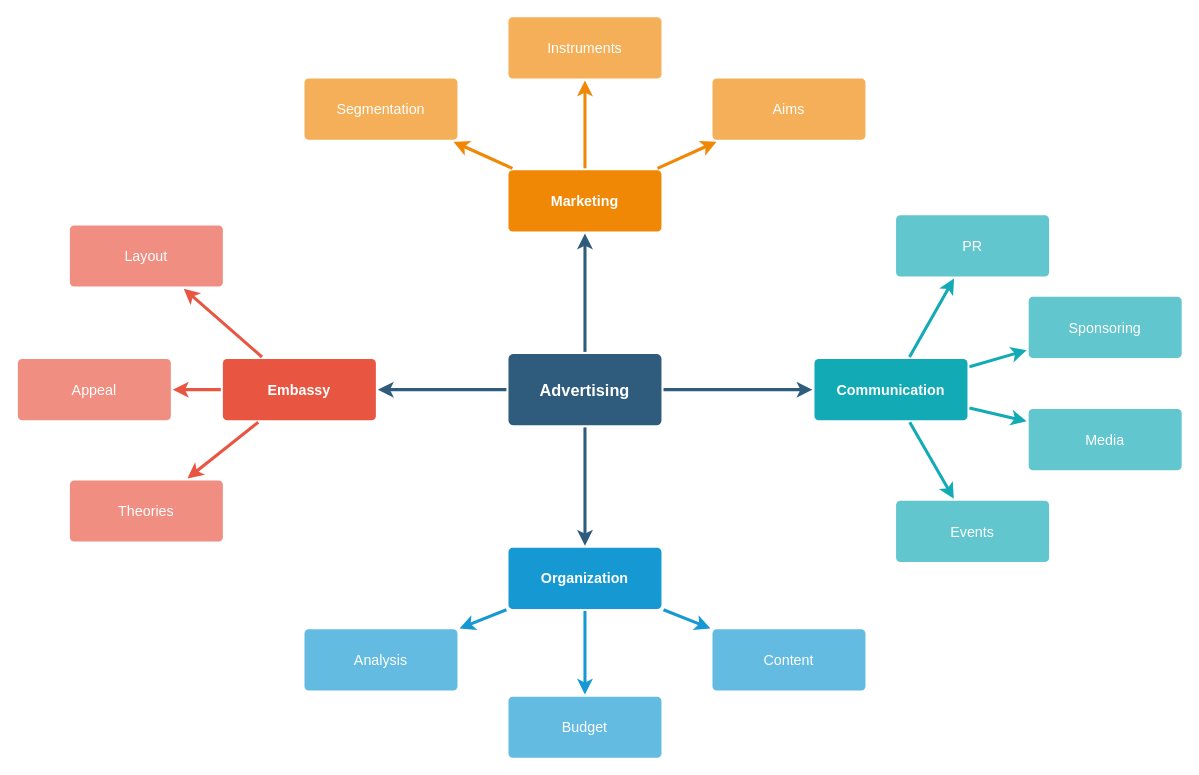
The draw.io diagram .github/workflows/Untitled Diagram.drawio in louzhixin/bootstrap, before the edit. Source tidied: cells renumbered, new cells numbered last; positions are measured from the earlier drawing's top-left corner, leaving out a move shared by most shapes. Both pictures are drawn from the tidied source at 102%, with x=0, y=0 at pixel (17, 16).
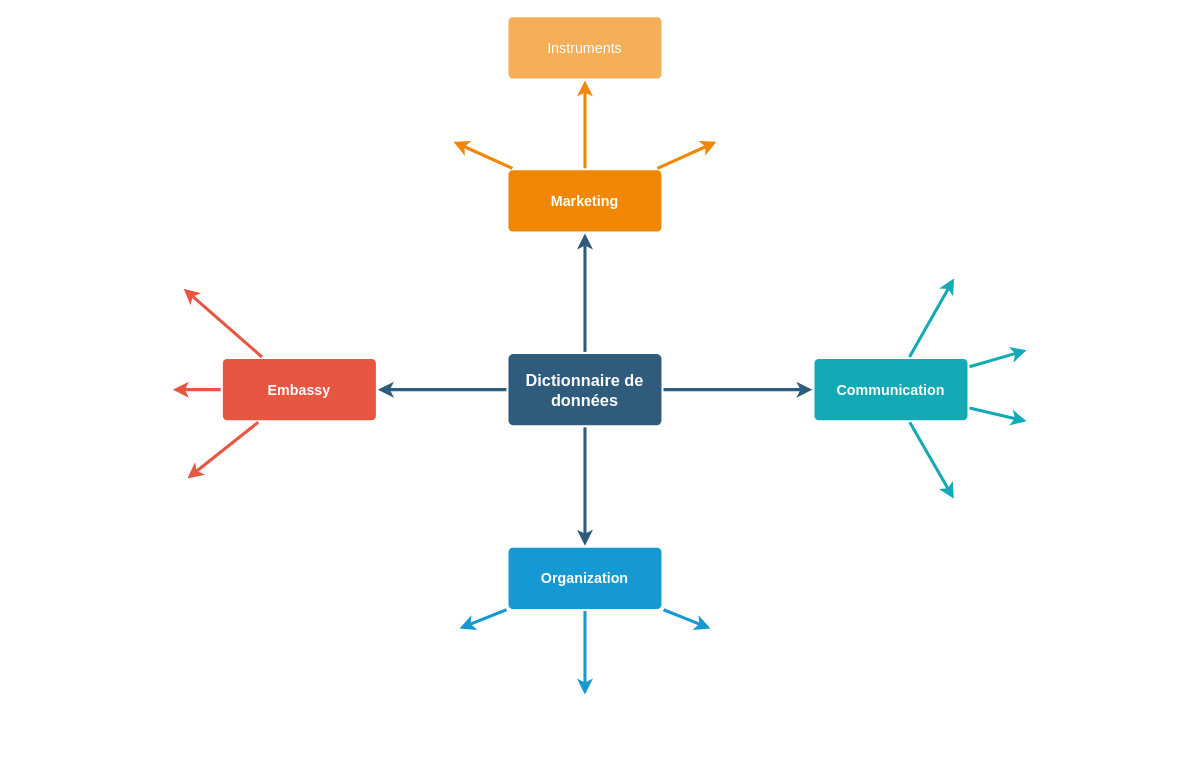
The same page after the edit.

The change refers to these unchanged cells:
```xml
<mxCell id="10" value="Embassy" style="rounded=1;whiteSpace=wrap;html=1;shadow=0;labelBackgroundColor=none;strokeColor=none;strokeWidth=3;fillColor=#e85642;fontFamily=Helvetica;fontSize=14;fontColor=#FFFFFF;align=center;spacing=5;fontStyle=1;arcSize=7;perimeterSpacing=2;" parent="1" vertex="1">
  <mxGeometry x="201" y="335.5" width="150" height="60" as="geometry" />
</mxCell>
<mxCell id="17" value="Organization" style="rounded=1;whiteSpace=wrap;html=1;shadow=0;labelBackgroundColor=none;strokeColor=none;strokeWidth=3;fillColor=#1699d3;fontFamily=Helvetica;fontSize=14;fontColor=#FFFFFF;align=center;spacing=5;fontStyle=1;arcSize=7;perimeterSpacing=2;" parent="1" vertex="1">
  <mxGeometry x="481" y="520.5" width="150" height="60" as="geometry" />
</mxCell>
<mxCell id="21" value="Marketing" style="rounded=1;whiteSpace=wrap;html=1;shadow=0;labelBackgroundColor=none;strokeColor=none;strokeWidth=3;fillColor=#F08705;fontFamily=Helvetica;fontSize=14;fontColor=#FFFFFF;align=center;spacing=5;fontStyle=1;arcSize=7;perimeterSpacing=2;" parent="1" vertex="1">
  <mxGeometry x="481" y="150.5" width="150" height="60" as="geometry" />
</mxCell>
<mxCell id="28" value="Communication" style="rounded=1;whiteSpace=wrap;html=1;shadow=0;labelBackgroundColor=none;strokeColor=none;strokeWidth=3;fillColor=#12aab5;fontFamily=Helvetica;fontSize=14;fontColor=#FFFFFF;align=center;spacing=5;fontStyle=1;arcSize=7;perimeterSpacing=2;" parent="1" vertex="1">
  <mxGeometry x="781" y="335.5" width="150" height="60" as="geometry" />
</mxCell>
```

The edit, as a diff of the source:
```diff
@@
-    <mxCell id="6" value="Advertising" style="rounded=1;whiteSpace=wrap;html=1;shadow=0;labelBackgroundColor=none;strokeColor=none;strokeWidth=3;fillColor=#2F5B7C;fontFamily=Helvetica;fontSize=16;fontColor=#FFFFFF;align=center;fontStyle=1;spacing=5;arcSize=7;perimeterSpacing=2;" parent="1" vertex="1">
+    <mxCell id="6" value="Dictionnaire de données" style="rounded=1;whiteSpace=wrap;html=1;shadow=0;labelBackgroundColor=none;strokeColor=none;strokeWidth=3;fillColor=#2F5B7C;fontFamily=Helvetica;fontSize=16;fontColor=#FFFFFF;align=center;fontStyle=1;spacing=5;arcSize=7;perimeterSpacing=2;" parent="1" vertex="1">
       <mxGeometry x="481" y="330.5" width="150" height="70" as="geometry" />
     </mxCell>
-    <mxCell id="7" style="edgeStyle=none;rounded=1;jumpStyle=none;html=1;shadow=0;labelBackgroundColor=none;startArrow=none;startFill=0;jettySize=auto;strokeColor=#E85642;strokeWidth=3;fontFamily=Helvetica;fontSize=14;fontColor=#FFFFFF;spacing=5;fontStyle=1;fillColor=#b0e3e6;" parent="1" edge="1" source="10" target="13">
-      <mxGeometry relative="1" as="geometry" />
+    <mxCell id="7" style="edgeStyle=none;rounded=1;jumpStyle=none;html=1;shadow=0;labelBackgroundColor=none;startArrow=none;startFill=0;jettySize=auto;strokeColor=#E85642;strokeWidth=3;fontFamily=Helvetica;fontSize=14;fontColor=#FFFFFF;spacing=5;fontStyle=1;fillColor=#b0e3e6;" parent="1" edge="1" source="10">
+      <mxGeometry relative="1" as="geometry">
+        <mxPoint x="162.6" y="266.5" as="targetPoint" />
+      </mxGeometry>
     </mxCell>
-    <mxCell id="8" style="edgeStyle=none;rounded=1;jumpStyle=none;html=1;shadow=0;labelBackgroundColor=none;startArrow=none;startFill=0;jettySize=auto;strokeColor=#E85642;strokeWidth=3;fontFamily=Helvetica;fontSize=14;fontColor=#FFFFFF;spacing=5;fontStyle=1;fillColor=#b0e3e6;" parent="1" edge="1" source="10" target="12">
-      <mxGeometry relative="1" as="geometry" />
+    <mxCell id="8" style="edgeStyle=none;rounded=1;jumpStyle=none;html=1;shadow=0;labelBackgroundColor=none;startArrow=none;startFill=0;jettySize=auto;strokeColor=#E85642;strokeWidth=3;fontFamily=Helvetica;fontSize=14;fontColor=#FFFFFF;spacing=5;fontStyle=1;fillColor=#b0e3e6;" parent="1" edge="1" source="10">
+      <mxGeometry relative="1" as="geometry">
+        <mxPoint x="152" y="365.5" as="targetPoint" />
+      </mxGeometry>
     </mxCell>
-    <mxCell id="9" style="edgeStyle=none;rounded=1;jumpStyle=none;html=1;shadow=0;labelBackgroundColor=none;startArrow=none;startFill=0;jettySize=auto;strokeColor=#E85642;strokeWidth=3;fontFamily=Helvetica;fontSize=14;fontColor=#FFFFFF;spacing=5;fontStyle=1;fillColor=#b0e3e6;" parent="1" edge="1" source="10" target="11">
-      <mxGeometry relative="1" as="geometry" />
+    <mxCell id="9" style="edgeStyle=none;rounded=1;jumpStyle=none;html=1;shadow=0;labelBackgroundColor=none;startArrow=none;startFill=0;jettySize=auto;strokeColor=#E85642;strokeWidth=3;fontFamily=Helvetica;fontSize=14;fontColor=#FFFFFF;spacing=5;fontStyle=1;fillColor=#b0e3e6;" parent="1" edge="1" source="10">
+      <mxGeometry relative="1" as="geometry">
+        <mxPoint x="166.3" y="452.5" as="targetPoint" />
+      </mxGeometry>
     </mxCell>
@@
-    <mxCell id="11" value="Theories" style="rounded=1;whiteSpace=wrap;html=1;shadow=0;labelBackgroundColor=none;strokeColor=none;strokeWidth=3;fillColor=#f08e81;fontFamily=Helvetica;fontSize=14;fontColor=#FFFFFF;align=center;spacing=5;fontStyle=0;arcSize=7;perimeterSpacing=2;" parent="1" vertex="1">
-      <mxGeometry x="51" y="454.5" width="150" height="60" as="geometry" />
-    </mxCell>
-    <mxCell id="12" value="Appeal" style="rounded=1;whiteSpace=wrap;html=1;shadow=0;labelBackgroundColor=none;strokeColor=none;strokeWidth=3;fillColor=#f08e81;fontFamily=Helvetica;fontSize=14;fontColor=#FFFFFF;align=center;spacing=5;fontStyle=0;arcSize=7;perimeterSpacing=2;" parent="1" vertex="1">
-      <mxGeometry y="335.5" width="150" height="60" as="geometry" />
-    </mxCell>
-    <mxCell id="13" value="Layout" style="rounded=1;whiteSpace=wrap;html=1;shadow=0;labelBackgroundColor=none;strokeColor=none;strokeWidth=3;fillColor=#f08e81;fontFamily=Helvetica;fontSize=14;fontColor=#FFFFFF;align=center;spacing=5;fontStyle=0;arcSize=7;perimeterSpacing=2;" parent="1" vertex="1">
-      <mxGeometry x="51" y="204.5" width="150" height="60" as="geometry" />
-    </mxCell>
-    <mxCell id="14" style="edgeStyle=none;rounded=0;jumpStyle=none;html=1;shadow=0;labelBackgroundColor=none;startArrow=none;startFill=0;endArrow=classic;endFill=1;jettySize=auto;strokeColor=#1699D3;strokeWidth=3;fontFamily=Helvetica;fontSize=14;fontColor=#FFFFFF;spacing=5;" parent="1" edge="1" source="17" target="20">
-      <mxGeometry relative="1" as="geometry" />
+    <mxCell id="14" style="edgeStyle=none;rounded=0;jumpStyle=none;html=1;shadow=0;labelBackgroundColor=none;startArrow=none;startFill=0;endArrow=classic;endFill=1;jettySize=auto;strokeColor=#1699D3;strokeWidth=3;fontFamily=Helvetica;fontSize=14;fontColor=#FFFFFF;spacing=5;" parent="1" edge="1" source="17">
+      <mxGeometry relative="1" as="geometry">
+        <mxPoint x="433" y="599.7" as="targetPoint" />
+      </mxGeometry>
     </mxCell>
-    <mxCell id="15" style="edgeStyle=none;rounded=0;jumpStyle=none;html=1;shadow=0;labelBackgroundColor=none;startArrow=none;startFill=0;endArrow=classic;endFill=1;jettySize=auto;strokeColor=#1699D3;strokeWidth=3;fontFamily=Helvetica;fontSize=14;fontColor=#FFFFFF;spacing=5;" parent="1" edge="1" source="17" target="19">
-      <mxGeometry relative="1" as="geometry" />
+    <mxCell id="15" style="edgeStyle=none;rounded=0;jumpStyle=none;html=1;shadow=0;labelBackgroundColor=none;startArrow=none;startFill=0;endArrow=classic;endFill=1;jettySize=auto;strokeColor=#1699D3;strokeWidth=3;fontFamily=Helvetica;fontSize=14;fontColor=#FFFFFF;spacing=5;" parent="1" edge="1" source="17">
+      <mxGeometry relative="1" as="geometry">
+        <mxPoint x="556" y="664.5" as="targetPoint" />
+      </mxGeometry>
     </mxCell>
-    <mxCell id="16" style="edgeStyle=none;rounded=0;jumpStyle=none;html=1;shadow=0;labelBackgroundColor=none;startArrow=none;startFill=0;endArrow=classic;endFill=1;jettySize=auto;strokeColor=#1699D3;strokeWidth=3;fontFamily=Helvetica;fontSize=14;fontColor=#FFFFFF;spacing=5;" parent="1" edge="1" source="17" target="18">
-      <mxGeometry relative="1" as="geometry" />
+    <mxCell id="16" style="edgeStyle=none;rounded=0;jumpStyle=none;html=1;shadow=0;labelBackgroundColor=none;startArrow=none;startFill=0;endArrow=classic;endFill=1;jettySize=auto;strokeColor=#1699D3;strokeWidth=3;fontFamily=Helvetica;fontSize=14;fontColor=#FFFFFF;spacing=5;" parent="1" edge="1" source="17">
+      <mxGeometry relative="1" as="geometry">
+        <mxPoint x="679" y="599.7" as="targetPoint" />
+      </mxGeometry>
     </mxCell>
@@
-    <mxCell id="18" value="Content" style="rounded=1;whiteSpace=wrap;html=1;shadow=0;labelBackgroundColor=none;strokeColor=none;strokeWidth=3;fillColor=#64bbe2;fontFamily=Helvetica;fontSize=14;fontColor=#FFFFFF;align=center;spacing=5;arcSize=7;perimeterSpacing=2;" parent="1" vertex="1">
-      <mxGeometry x="681" y="600.5" width="150" height="60" as="geometry" />
-    </mxCell>
-    <mxCell id="19" value="Budget" style="rounded=1;whiteSpace=wrap;html=1;shadow=0;labelBackgroundColor=none;strokeColor=none;strokeWidth=3;fillColor=#64bbe2;fontFamily=Helvetica;fontSize=14;fontColor=#FFFFFF;align=center;spacing=5;arcSize=7;perimeterSpacing=2;" parent="1" vertex="1">
-      <mxGeometry x="481" y="666.5" width="150" height="60" as="geometry" />
-    </mxCell>
-    <mxCell id="20" value="Analysis" style="rounded=1;whiteSpace=wrap;html=1;shadow=0;labelBackgroundColor=none;strokeColor=none;strokeWidth=3;fillColor=#64bbe2;fontFamily=Helvetica;fontSize=14;fontColor=#FFFFFF;align=center;spacing=5;arcSize=7;perimeterSpacing=2;" parent="1" vertex="1">
-      <mxGeometry x="281" y="600.5" width="150" height="60" as="geometry" />
-    </mxCell>
@@
-    <mxCell id="22" value="Aims&lt;br&gt;" style="rounded=1;whiteSpace=wrap;html=1;shadow=0;labelBackgroundColor=none;strokeColor=none;strokeWidth=3;fillColor=#f5af58;fontFamily=Helvetica;fontSize=14;fontColor=#FFFFFF;align=center;spacing=5;arcSize=7;perimeterSpacing=2;" parent="1" vertex="1">
-      <mxGeometry x="681" y="60.5" width="150" height="60" as="geometry" />
-    </mxCell>
-    <mxCell id="23" style="edgeStyle=none;rounded=0;jumpStyle=none;html=1;shadow=0;labelBackgroundColor=none;startArrow=none;startFill=0;endArrow=classic;endFill=1;jettySize=auto;strokeColor=#F08705;strokeWidth=3;fontFamily=Helvetica;fontSize=14;fontColor=#FFFFFF;spacing=5;" parent="1" edge="1" source="21" target="22">
-      <mxGeometry relative="1" as="geometry" />
+    <mxCell id="23" style="edgeStyle=none;rounded=0;jumpStyle=none;html=1;shadow=0;labelBackgroundColor=none;startArrow=none;startFill=0;endArrow=classic;endFill=1;jettySize=auto;strokeColor=#F08705;strokeWidth=3;fontFamily=Helvetica;fontSize=14;fontColor=#FFFFFF;spacing=5;" parent="1" edge="1" source="21">
+      <mxGeometry relative="1" as="geometry">
+        <mxPoint x="684.9" y="122.5" as="targetPoint" />
+      </mxGeometry>
     </mxCell>
@@
-    <mxCell id="26" value="Segmentation" style="rounded=1;whiteSpace=wrap;html=1;shadow=0;labelBackgroundColor=none;strokeColor=none;strokeWidth=3;fillColor=#f5af58;fontFamily=Helvetica;fontSize=14;fontColor=#FFFFFF;align=center;spacing=5;arcSize=7;perimeterSpacing=2;" parent="1" vertex="1">
-      <mxGeometry x="281" y="60.5" width="150" height="60" as="geometry" />
-    </mxCell>
-    <mxCell id="27" style="edgeStyle=none;rounded=0;jumpStyle=none;html=1;shadow=0;labelBackgroundColor=none;startArrow=none;startFill=0;endArrow=classic;endFill=1;jettySize=auto;strokeColor=#F08705;strokeWidth=3;fontFamily=Helvetica;fontSize=14;fontColor=#FFFFFF;spacing=5;" parent="1" edge="1" source="21" target="26">
-      <mxGeometry relative="1" as="geometry" />
+    <mxCell id="27" style="edgeStyle=none;rounded=0;jumpStyle=none;html=1;shadow=0;labelBackgroundColor=none;startArrow=none;startFill=0;endArrow=classic;endFill=1;jettySize=auto;strokeColor=#F08705;strokeWidth=3;fontFamily=Helvetica;fontSize=14;fontColor=#FFFFFF;spacing=5;" parent="1" edge="1" source="21">
+      <mxGeometry relative="1" as="geometry">
+        <mxPoint x="427.1" y="122.5" as="targetPoint" />
+      </mxGeometry>
     </mxCell>
@@
-    <mxCell id="29" value="Events" style="rounded=1;whiteSpace=wrap;html=1;shadow=0;labelBackgroundColor=none;strokeColor=none;strokeWidth=3;fillColor=#61c6ce;fontFamily=Helvetica;fontSize=14;fontColor=#FFFFFF;align=center;spacing=5;fontStyle=0;arcSize=7;perimeterSpacing=2;" parent="1" vertex="1">
-      <mxGeometry x="861" y="474.5" width="150" height="60" as="geometry" />
-    </mxCell>
-    <mxCell id="30" style="edgeStyle=none;rounded=1;jumpStyle=none;html=1;shadow=0;labelBackgroundColor=none;startArrow=none;startFill=0;jettySize=auto;strokeColor=#12AAB5;strokeWidth=3;fontFamily=Helvetica;fontSize=14;fontColor=#FFFFFF;spacing=5;fontStyle=1;fillColor=#b0e3e6;" parent="1" edge="1" source="28" target="29">
-      <mxGeometry relative="1" as="geometry" />
+    <mxCell id="30" style="edgeStyle=none;rounded=1;jumpStyle=none;html=1;shadow=0;labelBackgroundColor=none;startArrow=none;startFill=0;jettySize=auto;strokeColor=#12AAB5;strokeWidth=3;fontFamily=Helvetica;fontSize=14;fontColor=#FFFFFF;spacing=5;fontStyle=1;fillColor=#b0e3e6;" parent="1" edge="1" source="28">
+      <mxGeometry relative="1" as="geometry">
+        <mxPoint x="917.6" y="472.5" as="targetPoint" />
+      </mxGeometry>
     </mxCell>
-    <mxCell id="31" value="Media" style="rounded=1;whiteSpace=wrap;html=1;shadow=0;labelBackgroundColor=none;strokeColor=none;strokeWidth=3;fillColor=#61c6ce;fontFamily=Helvetica;fontSize=14;fontColor=#FFFFFF;align=center;spacing=5;fontStyle=0;arcSize=7;perimeterSpacing=2;" parent="1" vertex="1">
-      <mxGeometry x="991" y="384.5" width="150" height="60" as="geometry" />
-    </mxCell>
-    <mxCell id="32" style="edgeStyle=none;rounded=1;jumpStyle=none;html=1;shadow=0;labelBackgroundColor=none;startArrow=none;startFill=0;jettySize=auto;strokeColor=#12AAB5;strokeWidth=3;fontFamily=Helvetica;fontSize=14;fontColor=#FFFFFF;spacing=5;fontStyle=1;fillColor=#b0e3e6;" parent="1" edge="1" source="28" target="31">
-      <mxGeometry relative="1" as="geometry" />
+    <mxCell id="32" style="edgeStyle=none;rounded=1;jumpStyle=none;html=1;shadow=0;labelBackgroundColor=none;startArrow=none;startFill=0;jettySize=auto;strokeColor=#12AAB5;strokeWidth=3;fontFamily=Helvetica;fontSize=14;fontColor=#FFFFFF;spacing=5;fontStyle=1;fillColor=#b0e3e6;" parent="1" edge="1" source="28">
+      <mxGeometry relative="1" as="geometry">
+        <mxPoint x="989" y="396.5" as="targetPoint" />
+      </mxGeometry>
     </mxCell>
-    <mxCell id="33" value="Sponsoring" style="rounded=1;whiteSpace=wrap;html=1;shadow=0;labelBackgroundColor=none;strokeColor=none;strokeWidth=3;fillColor=#61c6ce;fontFamily=Helvetica;fontSize=14;fontColor=#FFFFFF;align=center;spacing=5;fontStyle=0;arcSize=7;perimeterSpacing=2;" parent="1" vertex="1">
-      <mxGeometry x="991" y="274.5" width="150" height="60" as="geometry" />
-    </mxCell>
-    <mxCell id="34" style="edgeStyle=none;rounded=1;jumpStyle=none;html=1;shadow=0;labelBackgroundColor=none;startArrow=none;startFill=0;jettySize=auto;strokeColor=#12AAB5;strokeWidth=3;fontFamily=Helvetica;fontSize=14;fontColor=#FFFFFF;spacing=5;fontStyle=1;fillColor=#b0e3e6;" parent="1" edge="1" source="28" target="33">
-      <mxGeometry relative="1" as="geometry" />
+    <mxCell id="34" style="edgeStyle=none;rounded=1;jumpStyle=none;html=1;shadow=0;labelBackgroundColor=none;startArrow=none;startFill=0;jettySize=auto;strokeColor=#12AAB5;strokeWidth=3;fontFamily=Helvetica;fontSize=14;fontColor=#FFFFFF;spacing=5;fontStyle=1;fillColor=#b0e3e6;" parent="1" edge="1" source="28">
+      <mxGeometry relative="1" as="geometry">
+        <mxPoint x="989" y="326.9" as="targetPoint" />
+      </mxGeometry>
     </mxCell>
-    <mxCell id="35" value="PR" style="rounded=1;whiteSpace=wrap;html=1;shadow=0;labelBackgroundColor=none;strokeColor=none;strokeWidth=3;fillColor=#61c6ce;fontFamily=Helvetica;fontSize=14;fontColor=#FFFFFF;align=center;spacing=5;fontStyle=0;arcSize=7;perimeterSpacing=2;" parent="1" vertex="1">
-      <mxGeometry x="861" y="194.5" width="150" height="60" as="geometry" />
-    </mxCell>
-    <mxCell id="36" style="edgeStyle=none;rounded=1;jumpStyle=none;html=1;shadow=0;labelBackgroundColor=none;startArrow=none;startFill=0;jettySize=auto;strokeColor=#12AAB5;strokeWidth=3;fontFamily=Helvetica;fontSize=14;fontColor=#FFFFFF;spacing=5;fontStyle=1;fillColor=#b0e3e6;" parent="1" edge="1" source="28" target="35">
-      <mxGeometry relative="1" as="geometry" />
+    <mxCell id="36" style="edgeStyle=none;rounded=1;jumpStyle=none;html=1;shadow=0;labelBackgroundColor=none;startArrow=none;startFill=0;jettySize=auto;strokeColor=#12AAB5;strokeWidth=3;fontFamily=Helvetica;fontSize=14;fontColor=#FFFFFF;spacing=5;fontStyle=1;fillColor=#b0e3e6;" parent="1" edge="1" source="28">
+      <mxGeometry relative="1" as="geometry">
+        <mxPoint x="917.8" y="256.5" as="targetPoint" />
+      </mxGeometry>
     </mxCell>
```
